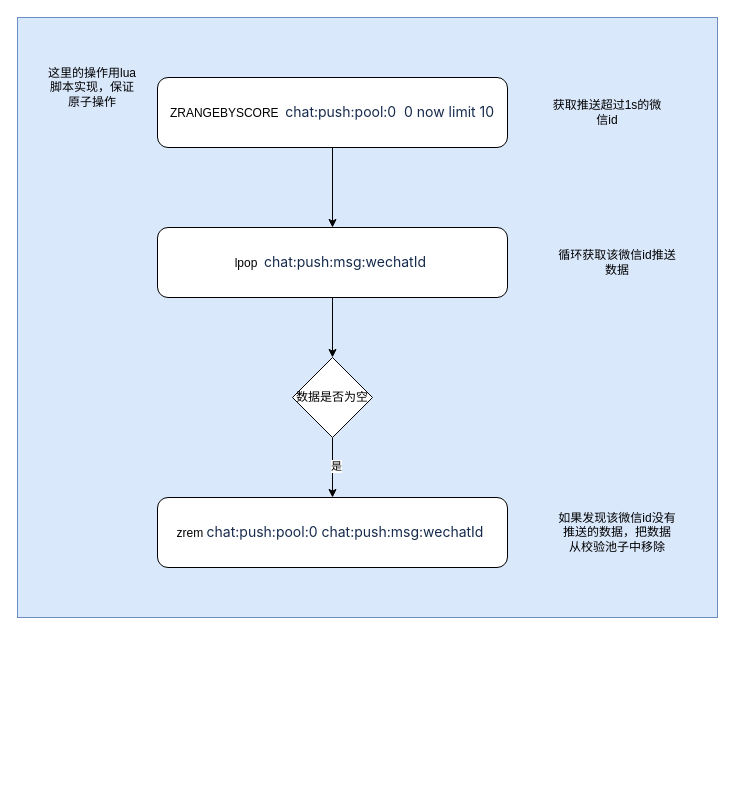
Above: miyuan/推送数据Redis操作结构.drawio in smallleaf/draw.io (draw.io), before the change. Source tidied: cells renumbered, new cells numbered last; positions are measured from the earlier drawing's top-left corner, leaving out a move shared by most shapes. Both pictures are drawn from the tidied source at 100%, with x=0, y=0 at pixel (17, 17).
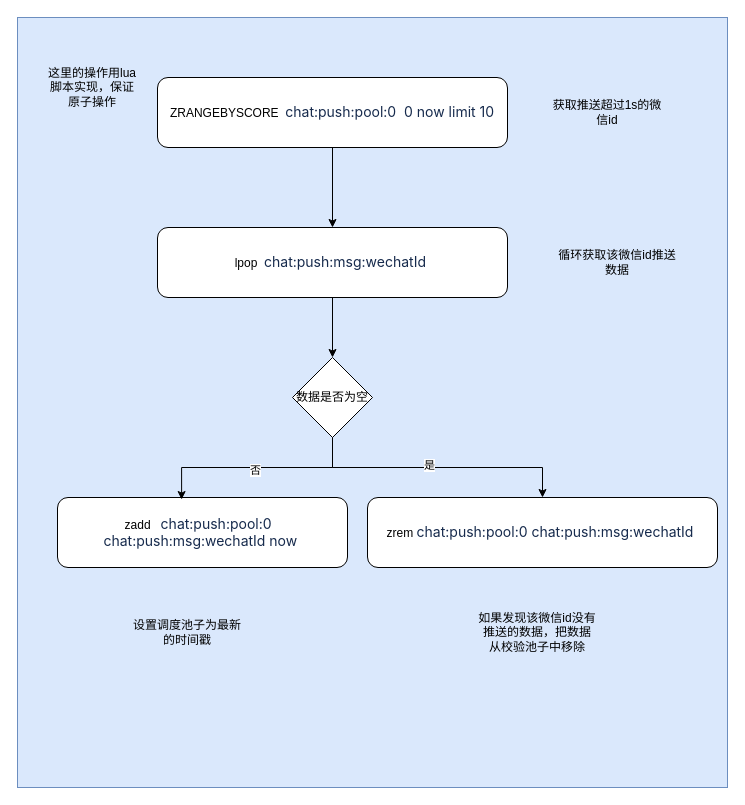
After the change.

Commit message (it also covers changes not shown here):
更新推送数据Redis操作结构.drawio

Change to the diagram source:
```diff
@@
 <mxGraphModel>
   <root>
     <mxCell id="0" />
     <mxCell id="1" parent="0" />
     <mxCell id="2" style="rounded=0;whiteSpace=wrap;html=1;fillColor=#dae8fc;strokeColor=#6c8ebf;" parent="1" vertex="1">
-      <mxGeometry width="700" height="600" as="geometry" />
+      <mxGeometry width="710" height="770" as="geometry" />
     </mxCell>
     <mxCell id="3" style="edgeStyle=orthogonalEdgeStyle;rounded=0;jettySize=auto;html=1;" parent="1" edge="1" source="4" target="7">
       <mxGeometry relative="1" as="geometry" />
     </mxCell>
     <mxCell id="4" value="ZRANGEBYSCORE&amp;nbsp;&amp;nbsp;&lt;span style=&quot;color: rgb(23, 43, 77); font-family: -apple-system, &amp;quot;system-ui&amp;quot;, &amp;quot;Segoe UI&amp;quot;, Roboto, Oxygen, Ubuntu, &amp;quot;Fira Sans&amp;quot;, &amp;quot;Droid Sans&amp;quot;, &amp;quot;Helvetica Neue&amp;quot;, sans-serif; font-size: 14px; text-align: start; background-color: rgb(255, 255, 255);&quot;&gt;chat:push:pool:0&amp;nbsp; 0 now limit 10&lt;/span&gt;" style="rounded=1;whiteSpace=wrap;html=1;" parent="1" vertex="1">
       <mxGeometry x="140" y="60" width="350" height="70" as="geometry" />
     </mxCell>
     <mxCell id="5" value="获取推送超过1s的微信id" style="text;html=1;align=center;verticalAlign=middle;whiteSpace=wrap;rounded=0;" parent="1" vertex="1">
       <mxGeometry x="530" y="70" width="120" height="50" as="geometry" />
     </mxCell>
     <mxCell id="6" style="edgeStyle=orthogonalEdgeStyle;rounded=0;jettySize=auto;html=1;exitX=0.5;exitY=1;exitDx=0;exitDy=0;entryX=0.5;entryY=0;entryDx=0;entryDy=0;" parent="1" edge="1" source="7" target="11">
       <mxGeometry relative="1" as="geometry" />
     </mxCell>
     <mxCell id="7" value="lpop&amp;nbsp;&amp;nbsp;&lt;span style=&quot;color: rgb(23, 43, 77); font-family: -apple-system, &amp;quot;system-ui&amp;quot;, &amp;quot;Segoe UI&amp;quot;, Roboto, Oxygen, Ubuntu, &amp;quot;Fira Sans&amp;quot;, &amp;quot;Droid Sans&amp;quot;, &amp;quot;Helvetica Neue&amp;quot;, sans-serif; font-size: 14px; text-align: left; background-color: rgb(255, 255, 255);&quot;&gt;chat:push:msg:wechatId&lt;/span&gt;&amp;nbsp;" style="rounded=1;whiteSpace=wrap;html=1;" parent="1" vertex="1">
       <mxGeometry x="140" y="210" width="350" height="70" as="geometry" />
     </mxCell>
     <mxCell id="8" value="循环获取该微信id推送数据" style="text;html=1;align=center;verticalAlign=middle;whiteSpace=wrap;rounded=0;" parent="1" vertex="1">
       <mxGeometry x="540" y="220" width="120" height="50" as="geometry" />
     </mxCell>
     <mxCell id="9" style="edgeStyle=orthogonalEdgeStyle;rounded=0;jettySize=auto;html=1;exitX=0.5;exitY=1;exitDx=0;exitDy=0;" parent="1" edge="1" source="11" target="12">
       <mxGeometry relative="1" as="geometry" />
     </mxCell>
     <mxCell id="10" value="是" style="edgeLabel;html=1;align=center;verticalAlign=middle;" parent="9" vertex="1">
       <mxGeometry x="-0.07" y="3" relative="1" as="geometry" />
     </mxCell>
     <mxCell id="11" value="数据是否为空" style="rhombus;whiteSpace=wrap;html=1;" parent="1" vertex="1">
       <mxGeometry x="275" y="340" width="80" height="80" as="geometry" />
     </mxCell>
     <mxCell id="12" value="zrem&amp;nbsp;&lt;span style=&quot;color: rgb(23, 43, 77); font-family: -apple-system, &amp;quot;system-ui&amp;quot;, &amp;quot;Segoe UI&amp;quot;, Roboto, Oxygen, Ubuntu, &amp;quot;Fira Sans&amp;quot;, &amp;quot;Droid Sans&amp;quot;, &amp;quot;Helvetica Neue&amp;quot;, sans-serif; font-size: 14px; text-align: start; background-color: rgb(255, 255, 255);&quot;&gt;chat:push:pool:0&amp;nbsp;&lt;/span&gt;&lt;span style=&quot;color: rgb(23, 43, 77); font-family: -apple-system, &amp;quot;system-ui&amp;quot;, &amp;quot;Segoe UI&amp;quot;, Roboto, Oxygen, Ubuntu, &amp;quot;Fira Sans&amp;quot;, &amp;quot;Droid Sans&amp;quot;, &amp;quot;Helvetica Neue&amp;quot;, sans-serif; font-size: 14px; text-align: left; background-color: rgb(255, 255, 255);&quot;&gt;chat:push:msg:wechatId&lt;/span&gt;&lt;span style=&quot;color: rgb(23, 43, 77); font-family: -apple-system, &amp;quot;system-ui&amp;quot;, &amp;quot;Segoe UI&amp;quot;, Roboto, Oxygen, Ubuntu, &amp;quot;Fira Sans&amp;quot;, &amp;quot;Droid Sans&amp;quot;, &amp;quot;Helvetica Neue&amp;quot;, sans-serif; font-size: 14px; text-align: start; background-color: rgb(255, 255, 255);&quot;&gt;&amp;nbsp;&lt;/span&gt;" style="rounded=1;whiteSpace=wrap;html=1;" parent="1" vertex="1">
-      <mxGeometry x="140" y="480" width="350" height="70" as="geometry" />
+      <mxGeometry x="350" y="480" width="350" height="70" as="geometry" />
     </mxCell>
     <mxCell id="13" value="如果发现该微信id没有推送的数据，把数据从校验池子中移除" style="text;html=1;align=center;verticalAlign=middle;whiteSpace=wrap;rounded=0;" parent="1" vertex="1">
-      <mxGeometry x="540" y="490" width="120" height="50" as="geometry" />
+      <mxGeometry x="460" y="590" width="120" height="50" as="geometry" />
     </mxCell>
     <mxCell id="14" value="这里的操作用lua脚本实现，保证原子操作" style="text;html=1;align=center;verticalAlign=middle;whiteSpace=wrap;rounded=0;" parent="1" vertex="1">
       <mxGeometry x="30" y="40" width="90" height="60" as="geometry" />
     </mxCell>
+    <mxCell id="15" value="zadd&amp;nbsp;&amp;nbsp;&amp;nbsp;&lt;span style=&quot;color: rgb(23, 43, 77); font-family: -apple-system, &amp;quot;system-ui&amp;quot;, &amp;quot;Segoe UI&amp;quot;, Roboto, Oxygen, Ubuntu, &amp;quot;Fira Sans&amp;quot;, &amp;quot;Droid Sans&amp;quot;, &amp;quot;Helvetica Neue&amp;quot;, sans-serif; font-size: 14px; text-align: start; background-color: rgb(255, 255, 255);&quot;&gt;chat:push:pool:0&amp;nbsp;&amp;nbsp;&lt;/span&gt;&lt;div&gt;&lt;span style=&quot;color: rgb(23, 43, 77); font-family: -apple-system, &amp;quot;system-ui&amp;quot;, &amp;quot;Segoe UI&amp;quot;, Roboto, Oxygen, Ubuntu, &amp;quot;Fira Sans&amp;quot;, &amp;quot;Droid Sans&amp;quot;, &amp;quot;Helvetica Neue&amp;quot;, sans-serif; font-size: 14px; text-align: left; background-color: rgb(255, 255, 255);&quot;&gt;chat:push:msg:wechatId now&lt;/span&gt;&amp;nbsp;&lt;/div&gt;" style="rounded=1;whiteSpace=wrap;html=1;" parent="1" vertex="1">
+      <mxGeometry x="40" y="480" width="290" height="70" as="geometry" />
+    </mxCell>
+    <mxCell id="16" style="edgeStyle=orthogonalEdgeStyle;rounded=0;jettySize=auto;html=1;exitX=0.5;exitY=1;exitDx=0;exitDy=0;entryX=0.428;entryY=0.029;entryDx=0;entryDy=0;entryPerimeter=0;" parent="1" edge="1" source="11" target="15">
+      <mxGeometry relative="1" as="geometry" />
+    </mxCell>
+    <mxCell id="17" value="否" style="edgeLabel;html=1;align=center;verticalAlign=middle;" parent="16" vertex="1">
+      <mxGeometry x="0.01" y="2" relative="1" as="geometry" />
+    </mxCell>
+    <mxCell id="18" value="设置调度池子为最新的时间戳" style="text;html=1;align=center;verticalAlign=middle;whiteSpace=wrap;rounded=0;" parent="1" vertex="1">
+      <mxGeometry x="110" y="590" width="120" height="50" as="geometry" />
+    </mxCell>
   </root>
 </mxGraphModel>
```
